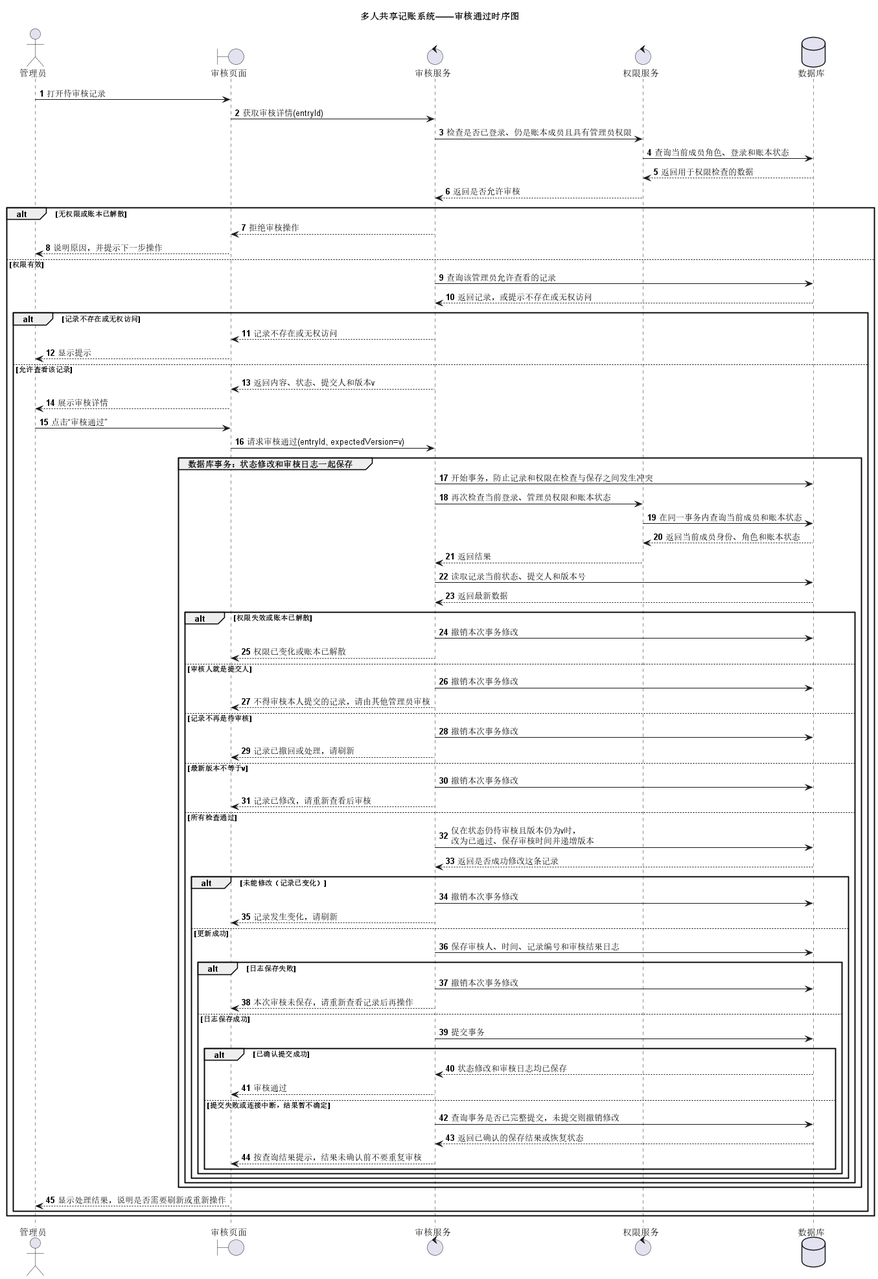
Earlier version of the PlantUML export 实验2/UML/UML时序图.png (catherine0223/software-engineering-lab). The source it was exported from:
```plantuml
@startuml
title 多人共享记账系统——审核通过时序图
autonumber

actor "管理员" as Admin
boundary "审核页面" as Page
control "审核服务" as Review
control "权限服务" as Access
database "数据库" as DB

Admin -> Page : 打开待审核记录
Page -> Review : 获取审核详情(entryId)
Review -> Access : 检查是否已登录、仍是账本成员且具有管理员权限
Access -> DB : 查询当前成员角色、登录和账本状态
DB --> Access : 返回用于权限检查的数据
Access --> Review : 返回是否允许审核

alt 无权限或账本已解散
  Review --> Page : 拒绝审核操作
  Page --> Admin : 说明原因，并提示下一步操作
else 权限有效
  Review -> DB : 查询该管理员允许查看的记录
  DB --> Review : 返回记录，或提示不存在或无权访问

  alt 记录不存在或无权访问
    Review --> Page : 记录不存在或无权访问
    Page --> Admin : 显示提示
  else 允许查看该记录
    Review --> Page : 返回内容、状态、提交人和版本v
    Page --> Admin : 展示审核详情
    Admin -> Page : 点击“审核通过”
    Page -> Review : 请求审核通过(entryId, expectedVersion=v)

    group 数据库事务：状态修改和审核日志一起保存
      Review -> DB : 开始事务，防止记录和权限在检查与保存之间发生冲突
      Review -> Access : 再次检查当前登录、管理员权限和账本状态
      Access -> DB : 在同一事务内查询当前成员和账本状态
      DB --> Access : 返回当前成员身份、角色和账本状态
      Access --> Review : 返回结果

      Review -> DB : 读取记录当前状态、提交人和版本号
      DB --> Review : 返回最新数据

      alt 权限失效或账本已解散
        Review -> DB : 撤销本次事务修改
        Review --> Page : 权限已变化或账本已解散
      else 审核人就是提交人
        Review -> DB : 撤销本次事务修改
        Review --> Page : 不得审核本人提交的记录，请由其他管理员审核
      else 记录不再是待审核
        Review -> DB : 撤销本次事务修改
        Review --> Page : 记录已撤回或处理，请刷新
      else 最新版本不等于v
        Review -> DB : 撤销本次事务修改
        Review --> Page : 记录已修改，请重新查看后审核
      else 所有检查通过
        Review -> DB : 仅在状态仍待审核且版本仍为v时，\n改为已通过、保存审核时间并递增版本
        DB --> Review : 返回是否成功修改这条记录

        alt 未能修改（记录已变化）
          Review -> DB : 撤销本次事务修改
          Review --> Page : 记录发生变化，请刷新
        else 更新成功
          Review -> DB : 保存审核人、时间、记录编号和审核结果日志

          alt 日志保存失败
            Review -> DB : 撤销本次事务修改
            Review --> Page : 本次审核未保存，请重新查看记录后再操作
          else 日志保存成功
            Review -> DB : 提交事务
            alt 已确认提交成功
              DB --> Review : 状态修改和审核日志均已保存
              Review --> Page : 审核通过
            else 提交失败或连接中断，结果暂不确定
              Review -> DB : 查询事务是否已完整提交，未提交则撤销修改
              DB --> Review : 返回已确认的保存结果或恢复状态
              Review --> Page : 按查询结果提示，结果未确认前不要重复审核
            end
          end
        end
      end
    end

    Page --> Admin : 显示处理结果，说明是否需要刷新或重新操作
  end
end
@enduml
```
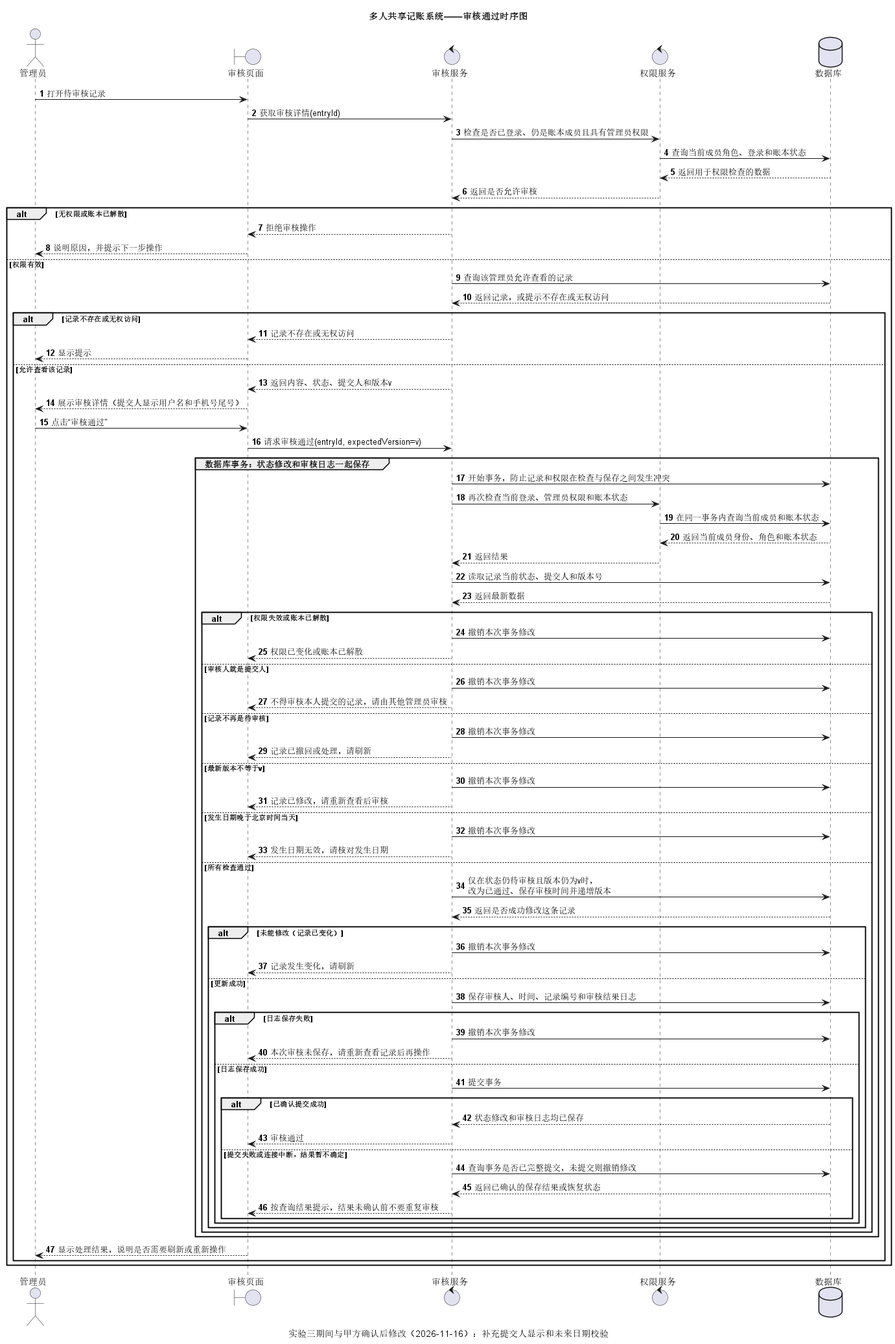
Above is the later version.

What changed in the source:
```diff
@@ -1,6 +1,7 @@
 @startuml
 title 多人共享记账系统——审核通过时序图
 autonumber
+caption 实验三期间与甲方确认后修改（2026-11-16）：补充提交人显示和未来日期校验
 
 actor "管理员" as Admin
 boundary "审核页面" as Page
@@ -27,7 +28,7 @@
     Page --> Admin : 显示提示
   else 允许查看该记录
     Review --> Page : 返回内容、状态、提交人和版本v
-    Page --> Admin : 展示审核详情
+    Page --> Admin : 展示审核详情（提交人显示用户名和手机号尾号）
     Admin -> Page : 点击“审核通过”
     Page -> Review : 请求审核通过(entryId, expectedVersion=v)
 
@@ -53,6 +54,9 @@
       else 最新版本不等于v
         Review -> DB : 撤销本次事务修改
         Review --> Page : 记录已修改，请重新查看后审核
+      else 发生日期晚于北京时间当天
+        Review -> DB : 撤销本次事务修改
+        Review --> Page : 发生日期无效，请核对发生日期
       else 所有检查通过
         Review -> DB : 仅在状态仍待审核且版本仍为v时，\n改为已通过、保存审核时间并递增版本
         DB --> Review : 返回是否成功修改这条记录
```
